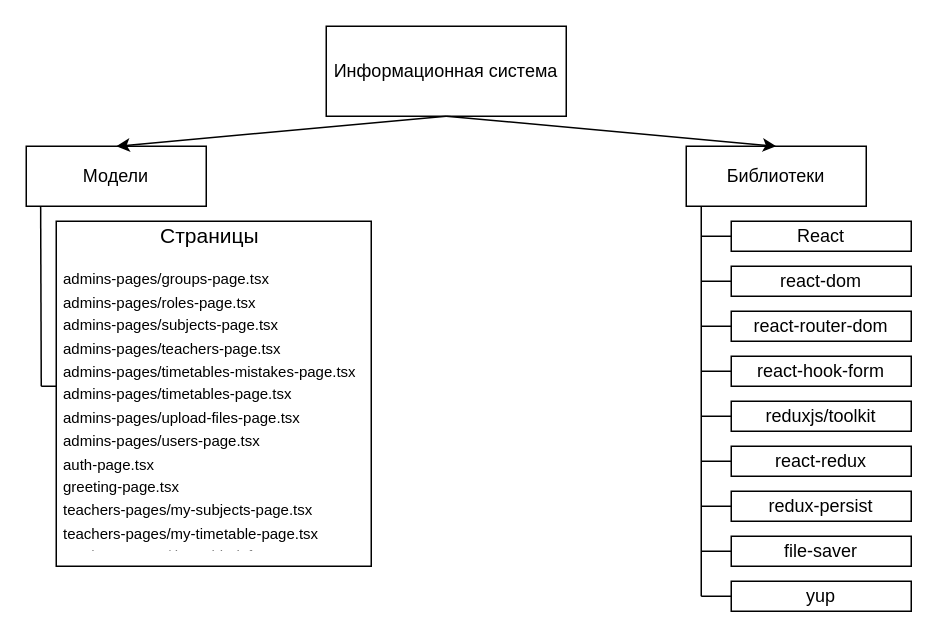
Earlier version of the draw.io diagram static/Структурная схема программного обеспечения ИС(фронт).drawio (EvgenyMasanin/excel-parser-server). Source tidied: cells renumbered, new cells numbered last; positions are measured from the earlier drawing's top-left corner, leaving out a move shared by most shapes. Both pictures are drawn from the tidied source at 150%, with x=0, y=0 at pixel (26, 26).
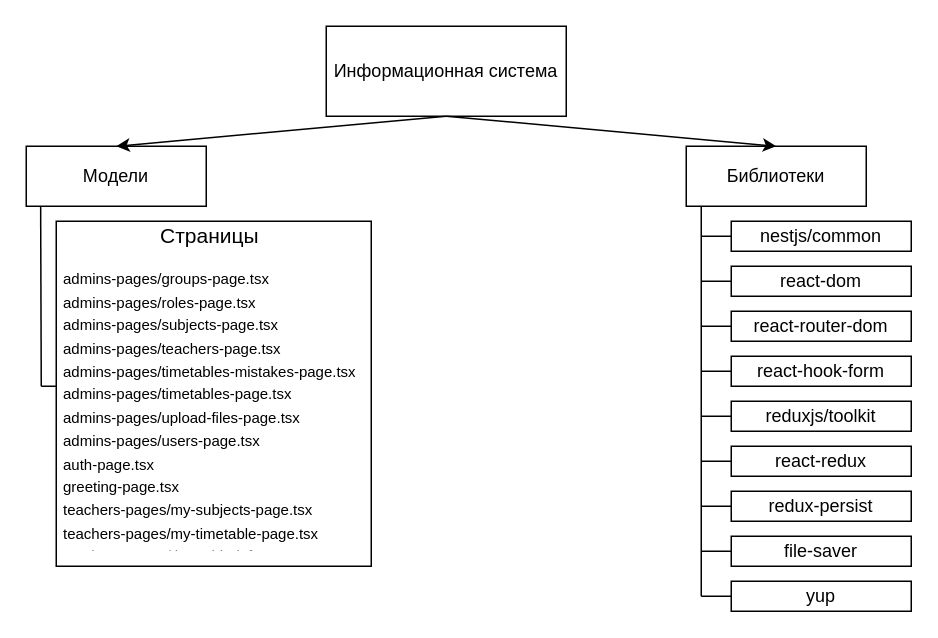
After the change.

The edit, as a diff of the source:
```diff
@@
-    <mxCell id="5" value="React" style="rounded=0;whiteSpace=wrap;html=1;" parent="1" vertex="1">
+    <mxCell id="5" value="nestjs/common" style="rounded=0;whiteSpace=wrap;html=1;" parent="1" vertex="1">
       <mxGeometry x="470" y="130" width="120" height="20" as="geometry" />
     </mxCell>
```
